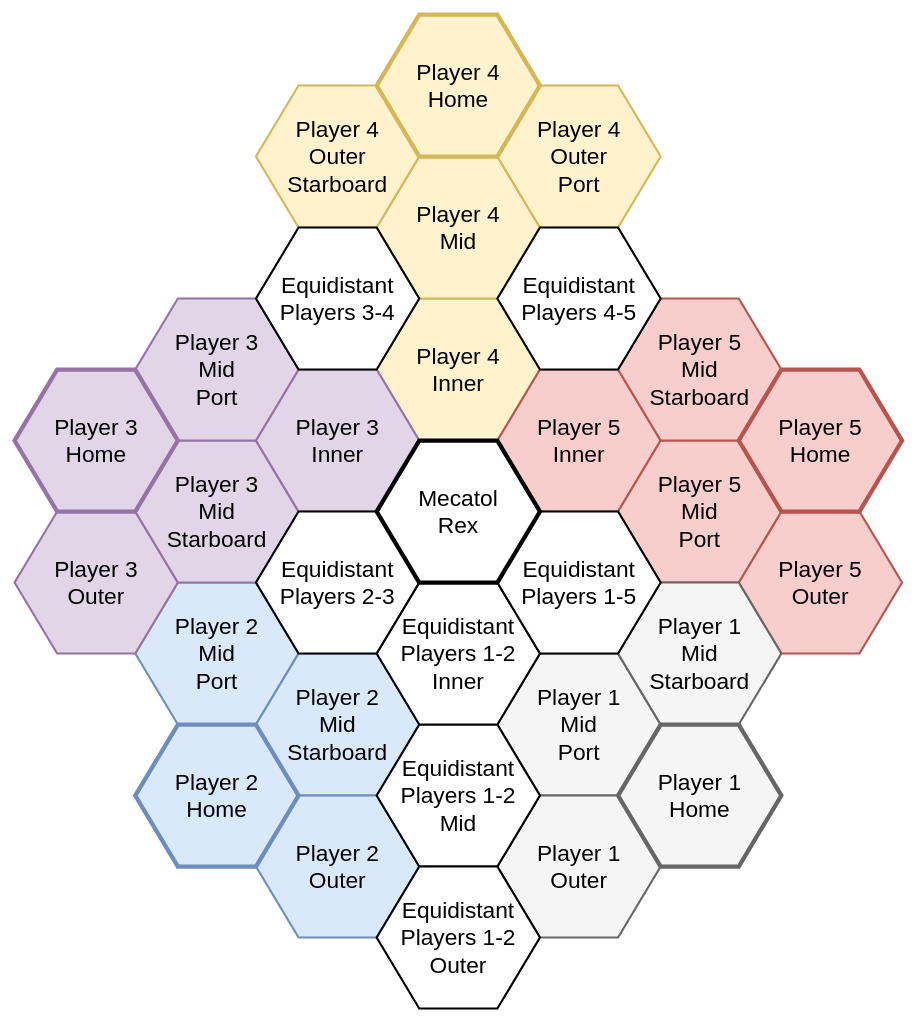
Earlier version of the draw.io diagram images/5_players_small.drawio (acodcha/ti4-cartographer). Source tidied: cells renumbered, new cells numbered last; positions are measured from the earlier drawing's top-left corner, leaving out a move shared by most shapes. Both pictures are drawn from the tidied source at 71%, with x=0, y=0 at pixel (14, 14).
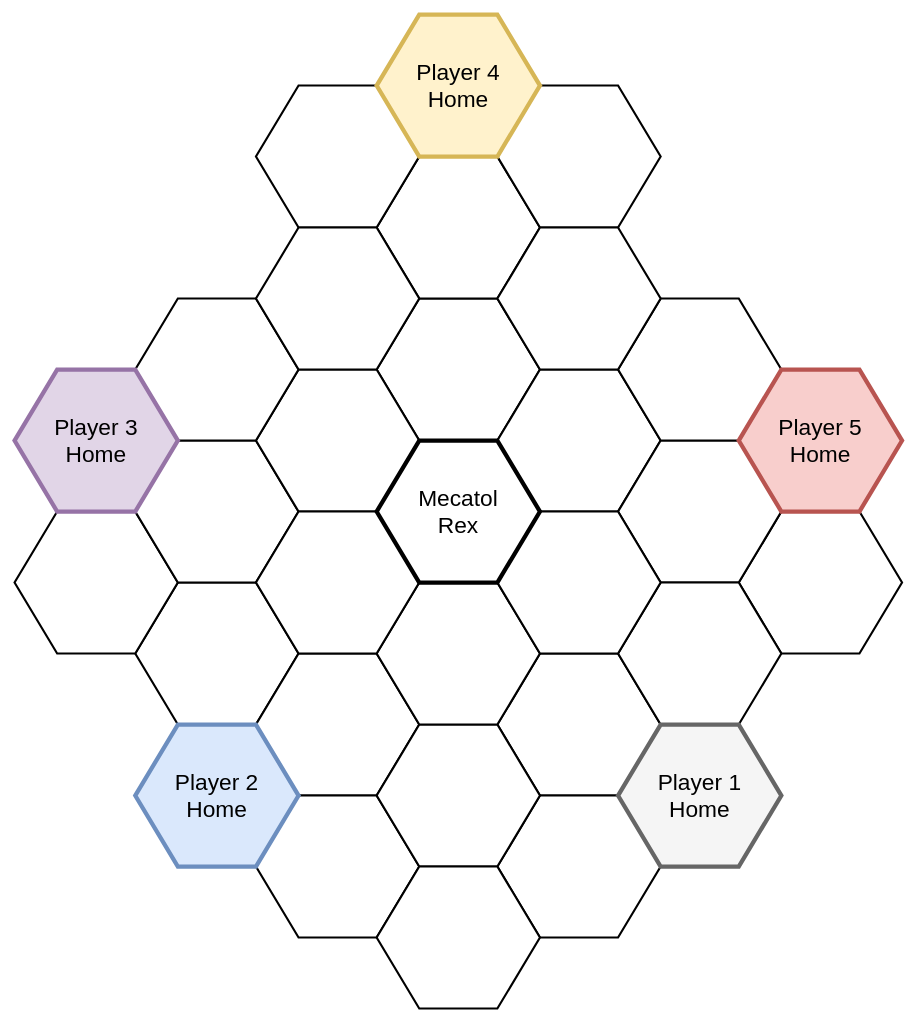
Above is the later version.

The edit, as a diff of the source:
```diff
@@
-    <mxCell id="2" value="Player 4&lt;br style=&quot;font-size: 32px&quot;&gt;Inner" style="shape=hexagon;perimeter=hexagonPerimeter2;whiteSpace=wrap;html=1;fixedSize=1;size=60;fontSize=32;fontFamily=Helvetica;fillColor=#fff2cc;strokeColor=#d6b656;strokeWidth=3;" parent="1" vertex="1">
+    <mxCell id="2" style="shape=hexagon;perimeter=hexagonPerimeter2;whiteSpace=wrap;html=1;fixedSize=1;size=60;fontSize=32;fontFamily=Helvetica;strokeWidth=3;" parent="1" vertex="1">
       <mxGeometry x="510" y="400" width="230" height="200" as="geometry" />
     </mxCell>
-    <mxCell id="3" value="Player 4&lt;br style=&quot;font-size: 32px&quot;&gt;Mid" style="shape=hexagon;perimeter=hexagonPerimeter2;whiteSpace=wrap;html=1;fixedSize=1;size=60;fontSize=32;fontFamily=Helvetica;fillColor=#fff2cc;strokeColor=#d6b656;strokeWidth=3;" parent="1" vertex="1">
+    <mxCell id="3" style="shape=hexagon;perimeter=hexagonPerimeter2;whiteSpace=wrap;html=1;fixedSize=1;size=60;fontSize=32;fontFamily=Helvetica;strokeWidth=3;" parent="1" vertex="1">
       <mxGeometry x="510" y="200" width="230" height="200" as="geometry" />
     </mxCell>
-    <mxCell id="4" value="Player 4&lt;br style=&quot;font-size: 32px&quot;&gt;Outer&lt;br style=&quot;font-size: 32px&quot;&gt;Port" style="shape=hexagon;perimeter=hexagonPerimeter2;whiteSpace=wrap;html=1;fixedSize=1;size=60;fontSize=32;fontFamily=Helvetica;fillColor=#fff2cc;strokeColor=#d6b656;strokeWidth=3;" parent="1" vertex="1">
+    <mxCell id="4" style="shape=hexagon;perimeter=hexagonPerimeter2;whiteSpace=wrap;html=1;fixedSize=1;size=60;fontSize=32;fontFamily=Helvetica;strokeWidth=3;" parent="1" vertex="1">
       <mxGeometry x="680" y="100" width="230" height="200" as="geometry" />
     </mxCell>
-    <mxCell id="5" value="Player 4&lt;br style=&quot;font-size: 32px&quot;&gt;Outer&lt;br&gt;Starboard" style="shape=hexagon;perimeter=hexagonPerimeter2;whiteSpace=wrap;html=1;fixedSize=1;size=60;fontSize=32;fontFamily=Helvetica;fillColor=#fff2cc;strokeColor=#d6b656;strokeWidth=3;" parent="1" vertex="1">
+    <mxCell id="5" style="shape=hexagon;perimeter=hexagonPerimeter2;whiteSpace=wrap;html=1;fixedSize=1;size=60;fontSize=32;fontFamily=Helvetica;strokeWidth=3;" parent="1" vertex="1">
       <mxGeometry x="340" y="100" width="230" height="200" as="geometry" />
     </mxCell>
-    <mxCell id="6" value="Player 2&lt;br style=&quot;font-size: 32px&quot;&gt;Mid&lt;br style=&quot;font-size: 32px&quot;&gt;Port" style="shape=hexagon;perimeter=hexagonPerimeter2;whiteSpace=wrap;html=1;fixedSize=1;size=60;fontSize=32;fontFamily=Helvetica;fillColor=#dae8fc;strokeColor=#6c8ebf;strokeWidth=3;" parent="1" vertex="1">
+    <mxCell id="6" style="shape=hexagon;perimeter=hexagonPerimeter2;whiteSpace=wrap;html=1;fixedSize=1;size=60;fontSize=32;fontFamily=Helvetica;strokeWidth=3;" parent="1" vertex="1">
       <mxGeometry x="170" y="800" width="230" height="200" as="geometry" />
     </mxCell>
-    <mxCell id="7" value="Player 2&lt;br style=&quot;font-size: 32px&quot;&gt;Mid&lt;br&gt;Starboard" style="shape=hexagon;perimeter=hexagonPerimeter2;whiteSpace=wrap;html=1;fixedSize=1;size=60;fontSize=32;fontFamily=Helvetica;fillColor=#dae8fc;strokeColor=#6c8ebf;strokeWidth=3;" parent="1" vertex="1">
+    <mxCell id="7" style="shape=hexagon;perimeter=hexagonPerimeter2;whiteSpace=wrap;html=1;fixedSize=1;size=60;fontSize=32;fontFamily=Helvetica;strokeWidth=3;" parent="1" vertex="1">
       <mxGeometry x="340" y="900" width="230" height="200" as="geometry" />
     </mxCell>
-    <mxCell id="8" value="Player 2&lt;br style=&quot;font-size: 32px&quot;&gt;Outer" style="shape=hexagon;perimeter=hexagonPerimeter2;whiteSpace=wrap;html=1;fixedSize=1;size=60;fontSize=32;fontFamily=Helvetica;fillColor=#dae8fc;strokeColor=#6c8ebf;strokeWidth=3;" parent="1" vertex="1">
+    <mxCell id="8" style="shape=hexagon;perimeter=hexagonPerimeter2;whiteSpace=wrap;html=1;fixedSize=1;size=60;fontSize=32;fontFamily=Helvetica;strokeWidth=3;" parent="1" vertex="1">
       <mxGeometry x="340" y="1100" width="230" height="200" as="geometry" />
     </mxCell>
-    <mxCell id="9" value="Player 3&lt;br style=&quot;font-size: 32px&quot;&gt;Outer" style="shape=hexagon;perimeter=hexagonPerimeter2;whiteSpace=wrap;html=1;fixedSize=1;size=60;fontSize=32;fontFamily=Helvetica;fillColor=#e1d5e7;strokeColor=#9673a6;strokeWidth=3;" parent="1" vertex="1">
+    <mxCell id="9" style="shape=hexagon;perimeter=hexagonPerimeter2;whiteSpace=wrap;html=1;fixedSize=1;size=60;fontSize=32;fontFamily=Helvetica;strokeWidth=3;" parent="1" vertex="1">
       <mxGeometry y="700" width="230" height="200" as="geometry" />
     </mxCell>
-    <mxCell id="10" value="Player 3&lt;br style=&quot;font-size: 32px&quot;&gt;Mid&lt;br&gt;Starboard" style="shape=hexagon;perimeter=hexagonPerimeter2;whiteSpace=wrap;html=1;fixedSize=1;size=60;fontSize=32;fontFamily=Helvetica;fillColor=#e1d5e7;strokeColor=#9673a6;strokeWidth=3;" parent="1" vertex="1">
+    <mxCell id="10" style="shape=hexagon;perimeter=hexagonPerimeter2;whiteSpace=wrap;html=1;fixedSize=1;size=60;fontSize=32;fontFamily=Helvetica;strokeWidth=3;" parent="1" vertex="1">
       <mxGeometry x="170" y="600" width="230" height="200" as="geometry" />
     </mxCell>
-    <mxCell id="11" value="Player 3&lt;br style=&quot;font-size: 32px&quot;&gt;Inner" style="shape=hexagon;perimeter=hexagonPerimeter2;whiteSpace=wrap;html=1;fixedSize=1;size=60;fontSize=32;fontFamily=Helvetica;fillColor=#e1d5e7;strokeColor=#9673a6;strokeWidth=3;" parent="1" vertex="1">
+    <mxCell id="11" style="shape=hexagon;perimeter=hexagonPerimeter2;whiteSpace=wrap;html=1;fixedSize=1;size=60;fontSize=32;fontFamily=Helvetica;strokeWidth=3;" parent="1" vertex="1">
       <mxGeometry x="340" y="500" width="230" height="200" as="geometry" />
     </mxCell>
-    <mxCell id="12" value="Player 3&lt;br style=&quot;font-size: 32px&quot;&gt;Mid&lt;br style=&quot;font-size: 32px&quot;&gt;Port" style="shape=hexagon;perimeter=hexagonPerimeter2;whiteSpace=wrap;html=1;fixedSize=1;size=60;fontSize=32;fontFamily=Helvetica;fillColor=#e1d5e7;strokeColor=#9673a6;strokeWidth=3;" parent="1" vertex="1">
+    <mxCell id="12" style="shape=hexagon;perimeter=hexagonPerimeter2;whiteSpace=wrap;html=1;fixedSize=1;size=60;fontSize=32;fontFamily=Helvetica;strokeWidth=3;" parent="1" vertex="1">
       <mxGeometry x="170" y="400" width="230" height="200" as="geometry" />
     </mxCell>
-    <mxCell id="13" value="Player 5&lt;br style=&quot;font-size: 32px&quot;&gt;Outer" style="shape=hexagon;perimeter=hexagonPerimeter2;whiteSpace=wrap;html=1;fixedSize=1;size=60;fontSize=32;fontFamily=Helvetica;fillColor=#f8cecc;strokeColor=#b85450;strokeWidth=3;" parent="1" vertex="1">
+    <mxCell id="13" style="shape=hexagon;perimeter=hexagonPerimeter2;whiteSpace=wrap;html=1;fixedSize=1;size=60;fontSize=32;fontFamily=Helvetica;strokeWidth=3;" parent="1" vertex="1">
       <mxGeometry x="1020" y="700" width="230" height="200" as="geometry" />
     </mxCell>
-    <mxCell id="14" value="Player 5&lt;br style=&quot;font-size: 32px&quot;&gt;Inner" style="shape=hexagon;perimeter=hexagonPerimeter2;whiteSpace=wrap;html=1;fixedSize=1;size=60;fontSize=32;fontFamily=Helvetica;fillColor=#f8cecc;strokeColor=#b85450;strokeWidth=3;" parent="1" vertex="1">
+    <mxCell id="14" style="shape=hexagon;perimeter=hexagonPerimeter2;whiteSpace=wrap;html=1;fixedSize=1;size=60;fontSize=32;fontFamily=Helvetica;strokeWidth=3;" parent="1" vertex="1">
       <mxGeometry x="680" y="500" width="230" height="200" as="geometry" />
     </mxCell>
-    <mxCell id="15" value="Player 5&lt;br style=&quot;font-size: 32px&quot;&gt;Mid&lt;br&gt;Port" style="shape=hexagon;perimeter=hexagonPerimeter2;whiteSpace=wrap;html=1;fixedSize=1;size=60;fontSize=32;fontFamily=Helvetica;fillColor=#f8cecc;strokeColor=#b85450;strokeWidth=3;" parent="1" vertex="1">
+    <mxCell id="15" style="shape=hexagon;perimeter=hexagonPerimeter2;whiteSpace=wrap;html=1;fixedSize=1;size=60;fontSize=32;fontFamily=Helvetica;strokeWidth=3;" parent="1" vertex="1">
       <mxGeometry x="850" y="600" width="230" height="200" as="geometry" />
     </mxCell>
-    <mxCell id="16" value="Player 5&lt;br style=&quot;font-size: 32px&quot;&gt;Mid&lt;br style=&quot;font-size: 32px&quot;&gt;Starboard" style="shape=hexagon;perimeter=hexagonPerimeter2;whiteSpace=wrap;html=1;fixedSize=1;size=60;fontSize=32;fontFamily=Helvetica;fillColor=#f8cecc;strokeColor=#b85450;strokeWidth=3;" parent="1" vertex="1">
+    <mxCell id="16" style="shape=hexagon;perimeter=hexagonPerimeter2;whiteSpace=wrap;html=1;fixedSize=1;size=60;fontSize=32;fontFamily=Helvetica;strokeWidth=3;" parent="1" vertex="1">
       <mxGeometry x="850" y="400" width="230" height="200" as="geometry" />
     </mxCell>
-    <mxCell id="17" value="Player 3&lt;br style=&quot;font-size: 32px;&quot;&gt;Home" style="shape=hexagon;perimeter=hexagonPerimeter2;whiteSpace=wrap;html=1;fixedSize=1;size=60;fontSize=32;fontFamily=Helvetica;fillColor=#e1d5e7;strokeColor=#9673a6;strokeWidth=6;" parent="1" vertex="1">
-      <mxGeometry y="500" width="230" height="200" as="geometry" />
-    </mxCell>
-    <mxCell id="18" value="Player 2&lt;br style=&quot;font-size: 32px;&quot;&gt;Home" style="shape=hexagon;perimeter=hexagonPerimeter2;whiteSpace=wrap;html=1;fixedSize=1;size=60;fontSize=32;fontFamily=Helvetica;fillColor=#dae8fc;strokeColor=#6c8ebf;strokeWidth=6;" parent="1" vertex="1">
-      <mxGeometry x="170" y="1000" width="230" height="200" as="geometry" />
-    </mxCell>
-    <mxCell id="19" value="Player 4&lt;br style=&quot;font-size: 32px;&quot;&gt;Home" style="shape=hexagon;perimeter=hexagonPerimeter2;whiteSpace=wrap;html=1;fixedSize=1;size=60;fontSize=32;fontFamily=Helvetica;fillColor=#fff2cc;strokeColor=#d6b656;strokeWidth=6;" parent="1" vertex="1">
-      <mxGeometry x="510" width="230" height="200" as="geometry" />
-    </mxCell>
-    <mxCell id="20" value="Player 5&lt;br style=&quot;font-size: 32px;&quot;&gt;Home" style="shape=hexagon;perimeter=hexagonPerimeter2;whiteSpace=wrap;html=1;fixedSize=1;size=60;fontSize=32;fontFamily=Helvetica;fillColor=#f8cecc;strokeColor=#b85450;strokeWidth=6;" parent="1" vertex="1">
-      <mxGeometry x="1020" y="500" width="230" height="200" as="geometry" />
-    </mxCell>
-    <mxCell id="21" value="Player 1&lt;br style=&quot;font-size: 32px&quot;&gt;Mid&lt;br&gt;Port" style="shape=hexagon;perimeter=hexagonPerimeter2;whiteSpace=wrap;html=1;fixedSize=1;size=60;fontSize=32;fontFamily=Helvetica;fillColor=#f5f5f5;strokeColor=#666666;strokeWidth=3;" parent="1" vertex="1">
+    <mxCell id="21" style="shape=hexagon;perimeter=hexagonPerimeter2;whiteSpace=wrap;html=1;fixedSize=1;size=60;fontSize=32;fontFamily=Helvetica;strokeWidth=3;" parent="1" vertex="1">
       <mxGeometry x="680" y="900" width="230" height="200" as="geometry" />
     </mxCell>
-    <mxCell id="22" value="Player 1&lt;br style=&quot;font-size: 32px&quot;&gt;Outer" style="shape=hexagon;perimeter=hexagonPerimeter2;whiteSpace=wrap;html=1;fixedSize=1;size=60;fontSize=32;fontFamily=Helvetica;fillColor=#f5f5f5;strokeColor=#666666;strokeWidth=3;" parent="1" vertex="1">
+    <mxCell id="22" style="shape=hexagon;perimeter=hexagonPerimeter2;whiteSpace=wrap;html=1;fixedSize=1;size=60;fontSize=32;fontFamily=Helvetica;strokeWidth=3;" parent="1" vertex="1">
       <mxGeometry x="680" y="1100" width="230" height="200" as="geometry" />
     </mxCell>
-    <mxCell id="23" value="Player 1&lt;br style=&quot;font-size: 32px&quot;&gt;Mid&lt;br style=&quot;font-size: 32px&quot;&gt;Starboard" style="shape=hexagon;perimeter=hexagonPerimeter2;whiteSpace=wrap;html=1;fixedSize=1;size=60;fontSize=32;fontFamily=Helvetica;fillColor=#f5f5f5;strokeColor=#666666;strokeWidth=3;" parent="1" vertex="1">
+    <mxCell id="23" style="shape=hexagon;perimeter=hexagonPerimeter2;whiteSpace=wrap;html=1;fixedSize=1;size=60;fontSize=32;fontFamily=Helvetica;strokeWidth=3;" parent="1" vertex="1">
       <mxGeometry x="850" y="800" width="230" height="200" as="geometry" />
     </mxCell>
-    <mxCell id="24" value="Player 1&lt;br style=&quot;font-size: 32px;&quot;&gt;Home" style="shape=hexagon;perimeter=hexagonPerimeter2;whiteSpace=wrap;html=1;fixedSize=1;size=60;fontSize=32;fontFamily=Helvetica;strokeWidth=6;fillColor=#f5f5f5;strokeColor=#666666;" parent="1" vertex="1">
-      <mxGeometry x="850" y="1000" width="230" height="200" as="geometry" />
-    </mxCell>
-    <mxCell id="25" value="Equidistant&lt;br style=&quot;font-size: 32px&quot;&gt;Players 1-2&lt;br&gt;Mid" style="shape=hexagon;perimeter=hexagonPerimeter2;whiteSpace=wrap;html=1;fixedSize=1;size=60;fontSize=32;fontFamily=Helvetica;strokeWidth=3;" parent="1" vertex="1">
+    <mxCell id="25" style="shape=hexagon;perimeter=hexagonPerimeter2;whiteSpace=wrap;html=1;fixedSize=1;size=60;fontSize=32;fontFamily=Helvetica;strokeWidth=3;" parent="1" vertex="1">
       <mxGeometry x="510" y="1000" width="230" height="200" as="geometry" />
     </mxCell>
-    <mxCell id="26" value="Equidistant&lt;br style=&quot;font-size: 32px&quot;&gt;Players 1-2&lt;br&gt;Inner" style="shape=hexagon;perimeter=hexagonPerimeter2;whiteSpace=wrap;html=1;fixedSize=1;size=60;fontSize=32;fontFamily=Helvetica;strokeWidth=3;" parent="1" vertex="1">
+    <mxCell id="26" style="shape=hexagon;perimeter=hexagonPerimeter2;whiteSpace=wrap;html=1;fixedSize=1;size=60;fontSize=32;fontFamily=Helvetica;strokeWidth=3;" parent="1" vertex="1">
       <mxGeometry x="510" y="800" width="230" height="200" as="geometry" />
     </mxCell>
-    <mxCell id="27" value="Equidistant&lt;br style=&quot;font-size: 32px&quot;&gt;Players 1-2&lt;br&gt;Outer" style="shape=hexagon;perimeter=hexagonPerimeter2;whiteSpace=wrap;html=1;fixedSize=1;size=60;fontSize=32;fontFamily=Helvetica;strokeWidth=3;" parent="1" vertex="1">
+    <mxCell id="27" style="shape=hexagon;perimeter=hexagonPerimeter2;whiteSpace=wrap;html=1;fixedSize=1;size=60;fontSize=32;fontFamily=Helvetica;strokeWidth=3;" parent="1" vertex="1">
       <mxGeometry x="510" y="1200" width="230" height="200" as="geometry" />
     </mxCell>
-    <mxCell id="28" value="Equidistant&lt;br style=&quot;font-size: 32px&quot;&gt;Players 4-5" style="shape=hexagon;perimeter=hexagonPerimeter2;whiteSpace=wrap;html=1;fixedSize=1;size=60;fontSize=32;fontFamily=Helvetica;strokeWidth=3;" parent="1" vertex="1">
+    <mxCell id="28" style="shape=hexagon;perimeter=hexagonPerimeter2;whiteSpace=wrap;html=1;fixedSize=1;size=60;fontSize=32;fontFamily=Helvetica;strokeWidth=3;" parent="1" vertex="1">
       <mxGeometry x="680" y="300" width="230" height="200" as="geometry" />
     </mxCell>
-    <mxCell id="29" value="Equidistant&lt;br style=&quot;font-size: 32px&quot;&gt;Players 3-4" style="shape=hexagon;perimeter=hexagonPerimeter2;whiteSpace=wrap;html=1;fixedSize=1;size=60;fontSize=32;fontFamily=Helvetica;strokeWidth=3;" parent="1" vertex="1">
+    <mxCell id="29" style="shape=hexagon;perimeter=hexagonPerimeter2;whiteSpace=wrap;html=1;fixedSize=1;size=60;fontSize=32;fontFamily=Helvetica;strokeWidth=3;" parent="1" vertex="1">
       <mxGeometry x="340" y="300" width="230" height="200" as="geometry" />
     </mxCell>
-    <mxCell id="30" value="Equidistant&lt;br&gt;Players 2-3" style="shape=hexagon;perimeter=hexagonPerimeter2;whiteSpace=wrap;html=1;fixedSize=1;size=60;fontSize=32;fontFamily=Helvetica;strokeWidth=3;" parent="1" vertex="1">
+    <mxCell id="30" style="shape=hexagon;perimeter=hexagonPerimeter2;whiteSpace=wrap;html=1;fixedSize=1;size=60;fontSize=32;fontFamily=Helvetica;strokeWidth=3;" parent="1" vertex="1">
       <mxGeometry x="340" y="700" width="230" height="200" as="geometry" />
     </mxCell>
-    <mxCell id="31" value="Equidistant&lt;br&gt;Players 1-5" style="shape=hexagon;perimeter=hexagonPerimeter2;whiteSpace=wrap;html=1;fixedSize=1;size=60;fontSize=32;fontFamily=Helvetica;strokeWidth=3;" parent="1" vertex="1">
+    <mxCell id="31" style="shape=hexagon;perimeter=hexagonPerimeter2;whiteSpace=wrap;html=1;fixedSize=1;size=60;fontSize=32;fontFamily=Helvetica;strokeWidth=3;" parent="1" vertex="1">
       <mxGeometry x="680" y="700" width="230" height="200" as="geometry" />
     </mxCell>
+    <mxCell id="24" value="Player 1&lt;br style=&quot;font-size: 32px;&quot;&gt;Home" style="shape=hexagon;perimeter=hexagonPerimeter2;whiteSpace=wrap;html=1;fixedSize=1;size=60;fontSize=32;fontFamily=Helvetica;strokeWidth=6;fillColor=#f5f5f5;strokeColor=#666666;" parent="1" vertex="1">
+      <mxGeometry x="850" y="1000" width="230" height="200" as="geometry" />
+    </mxCell>
+    <mxCell id="18" value="Player 2&lt;br style=&quot;font-size: 32px;&quot;&gt;Home" style="shape=hexagon;perimeter=hexagonPerimeter2;whiteSpace=wrap;html=1;fixedSize=1;size=60;fontSize=32;fontFamily=Helvetica;fillColor=#dae8fc;strokeColor=#6c8ebf;strokeWidth=6;" parent="1" vertex="1">
+      <mxGeometry x="170" y="1000" width="230" height="200" as="geometry" />
+    </mxCell>
+    <mxCell id="17" value="Player 3&lt;br style=&quot;font-size: 32px;&quot;&gt;Home" style="shape=hexagon;perimeter=hexagonPerimeter2;whiteSpace=wrap;html=1;fixedSize=1;size=60;fontSize=32;fontFamily=Helvetica;fillColor=#e1d5e7;strokeColor=#9673a6;strokeWidth=6;" parent="1" vertex="1">
+      <mxGeometry y="500" width="230" height="200" as="geometry" />
+    </mxCell>
+    <mxCell id="19" value="Player 4&lt;br style=&quot;font-size: 32px;&quot;&gt;Home" style="shape=hexagon;perimeter=hexagonPerimeter2;whiteSpace=wrap;html=1;fixedSize=1;size=60;fontSize=32;fontFamily=Helvetica;fillColor=#fff2cc;strokeColor=#d6b656;strokeWidth=6;" parent="1" vertex="1">
+      <mxGeometry x="510" width="230" height="200" as="geometry" />
+    </mxCell>
+    <mxCell id="20" value="Player 5&lt;br style=&quot;font-size: 32px;&quot;&gt;Home" style="shape=hexagon;perimeter=hexagonPerimeter2;whiteSpace=wrap;html=1;fixedSize=1;size=60;fontSize=32;fontFamily=Helvetica;fillColor=#f8cecc;strokeColor=#b85450;strokeWidth=6;" parent="1" vertex="1">
+      <mxGeometry x="1020" y="500" width="230" height="200" as="geometry" />
+    </mxCell>
```
